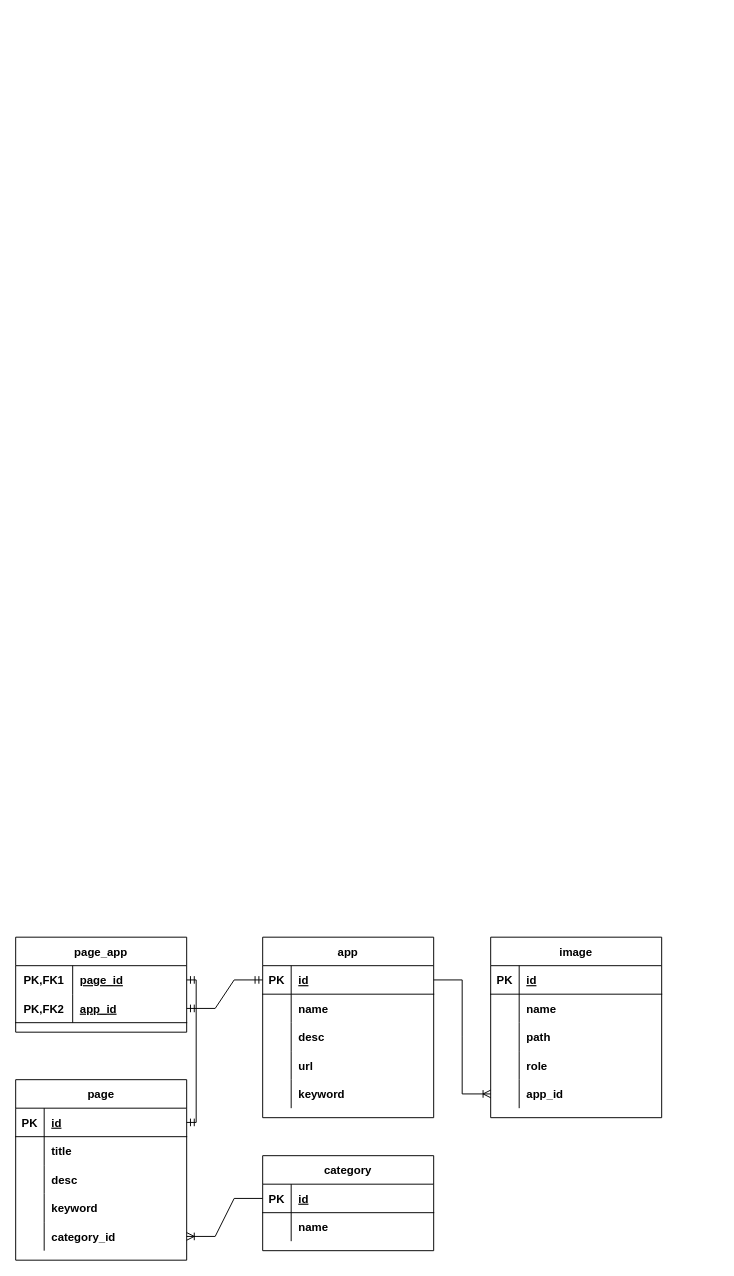
Earlier version of the draw.io diagram testweb2.drawio (andrew-atef/andrew-atef). Source tidied: cells renumbered, new cells numbered last; positions are measured from the earlier drawing's top-left corner, leaving out a move shared by most shapes. Both pictures are drawn from the tidied source at 95%, with x=0, y=0 at pixel (15, 937).
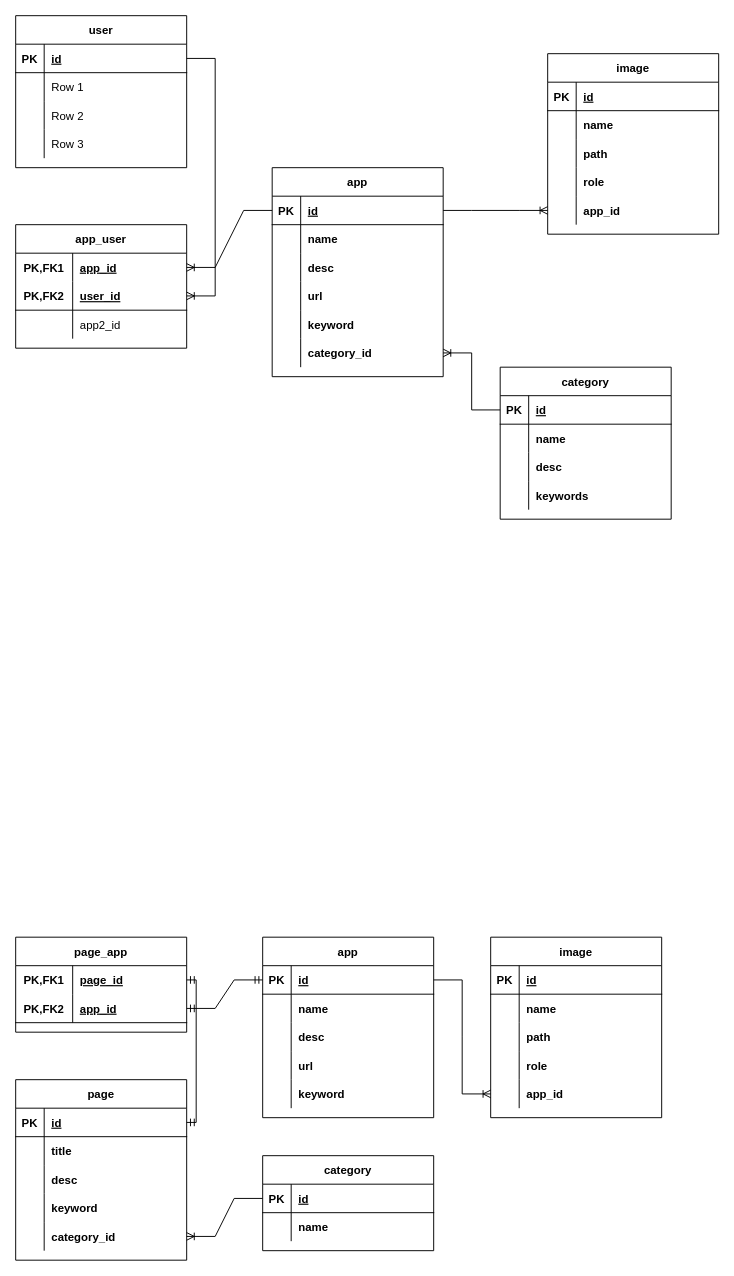
Above is the later version.

Change to the diagram source:
```diff
@@
+    <mxCell id="68" value="category" style="shape=table;startSize=30;childLayout=tableLayout;rowLines=0;fontStyle=1;align=center;" parent="1" vertex="1">
+      <mxGeometry x="510" y="-600" width="180" height="160" as="geometry" />
+    </mxCell>
+    <mxCell id="69" style="shape=tableRow;horizontal=0;startSize=0;swimlaneHead=0;swimlaneBody=0;fillColor=none;points=[[0,0.5],[1,0.5]];portConstraint=eastwest;top=0;left=0;right=0;bottom=1;" parent="68" vertex="1">
+      <mxGeometry y="30" width="180" height="30" as="geometry" />
+    </mxCell>
+    <mxCell id="70" value="PK" style="shape=partialRectangle;fillColor=none;top=0;left=0;bottom=0;right=0;fontStyle=1;overflow=hidden;" parent="69" vertex="1">
+      <mxGeometry width="30" height="30" as="geometry" />
+    </mxCell>
+    <mxCell id="71" value="id" style="shape=partialRectangle;fillColor=none;top=0;left=0;bottom=0;right=0;align=left;spacingLeft=6;fontStyle=5;overflow=hidden;" parent="69" vertex="1">
+      <mxGeometry x="30" width="150" height="30" as="geometry" />
+    </mxCell>
+    <mxCell id="72" style="shape=tableRow;horizontal=0;startSize=0;swimlaneHead=0;swimlaneBody=0;fillColor=none;top=0;left=0;right=0;bottom=0;" parent="68" vertex="1">
+      <mxGeometry y="60" width="180" height="30" as="geometry" />
+    </mxCell>
+    <mxCell id="73" style="shape=partialRectangle;fillColor=none;top=0;left=0;bottom=0;right=0;overflow=hidden;" parent="72" vertex="1">
+      <mxGeometry width="30" height="30" as="geometry" />
+    </mxCell>
+    <mxCell id="74" value="name" style="shape=partialRectangle;fillColor=none;top=0;left=0;bottom=0;right=0;align=left;spacingLeft=6;overflow=hidden;fontStyle=1;" parent="72" vertex="1">
+      <mxGeometry x="30" width="150" height="30" as="geometry" />
+    </mxCell>
+    <mxCell id="75" style="shape=tableRow;horizontal=0;startSize=0;swimlaneHead=0;swimlaneBody=0;fillColor=none;top=0;left=0;right=0;bottom=0;" parent="68" vertex="1">
+      <mxGeometry y="90" width="180" height="30" as="geometry" />
+    </mxCell>
+    <mxCell id="76" style="shape=partialRectangle;fillColor=none;top=0;left=0;bottom=0;right=0;overflow=hidden;" parent="75" vertex="1">
+      <mxGeometry width="30" height="30" as="geometry" />
+    </mxCell>
+    <mxCell id="77" value="desc" style="shape=partialRectangle;fillColor=none;top=0;left=0;bottom=0;right=0;align=left;spacingLeft=6;overflow=hidden;fontStyle=1;" parent="75" vertex="1">
+      <mxGeometry x="30" width="150" height="30" as="geometry" />
+    </mxCell>
+    <mxCell id="78" style="shape=tableRow;horizontal=0;startSize=0;swimlaneHead=0;swimlaneBody=0;fillColor=none;top=0;left=0;right=0;bottom=0;" parent="68" vertex="1">
+      <mxGeometry y="120" width="180" height="30" as="geometry" />
+    </mxCell>
+    <mxCell id="79" style="shape=partialRectangle;fillColor=none;top=0;left=0;bottom=0;right=0;overflow=hidden;" parent="78" vertex="1">
+      <mxGeometry width="30" height="30" as="geometry" />
+    </mxCell>
+    <mxCell id="80" value="keywords" style="shape=partialRectangle;fillColor=none;top=0;left=0;bottom=0;right=0;align=left;spacingLeft=6;overflow=hidden;fontStyle=1;" parent="78" vertex="1">
+      <mxGeometry x="30" width="150" height="30" as="geometry" />
+    </mxCell>
+    <mxCell id="81" value="app" style="shape=table;startSize=30;childLayout=tableLayout;rowLines=0;fontStyle=1;align=center;" parent="1" vertex="1">
+      <mxGeometry x="270" y="-810" width="180" height="220" as="geometry" />
+    </mxCell>
+    <mxCell id="82" style="shape=tableRow;horizontal=0;startSize=0;swimlaneHead=0;swimlaneBody=0;fillColor=none;points=[[0,0.5],[1,0.5]];portConstraint=eastwest;top=0;left=0;right=0;bottom=1;" parent="81" vertex="1">
+      <mxGeometry y="30" width="180" height="30" as="geometry" />
+    </mxCell>
+    <mxCell id="83" value="PK" style="shape=partialRectangle;fillColor=none;top=0;left=0;bottom=0;right=0;fontStyle=1;overflow=hidden;" parent="82" vertex="1">
+      <mxGeometry width="30" height="30" as="geometry" />
+    </mxCell>
+    <mxCell id="84" value="id" style="shape=partialRectangle;fillColor=none;top=0;left=0;bottom=0;right=0;align=left;spacingLeft=6;fontStyle=5;overflow=hidden;" parent="82" vertex="1">
+      <mxGeometry x="30" width="150" height="30" as="geometry" />
+    </mxCell>
+    <mxCell id="85" style="shape=tableRow;horizontal=0;startSize=0;swimlaneHead=0;swimlaneBody=0;fillColor=none;top=0;left=0;right=0;bottom=0;" parent="81" vertex="1">
+      <mxGeometry y="60" width="180" height="30" as="geometry" />
+    </mxCell>
+    <mxCell id="86" style="shape=partialRectangle;fillColor=none;top=0;left=0;bottom=0;right=0;overflow=hidden;" parent="85" vertex="1">
+      <mxGeometry width="30" height="30" as="geometry" />
+    </mxCell>
+    <mxCell id="87" value="name" style="shape=partialRectangle;fillColor=none;top=0;left=0;bottom=0;right=0;align=left;spacingLeft=6;overflow=hidden;fontStyle=1;" parent="85" vertex="1">
+      <mxGeometry x="30" width="150" height="30" as="geometry" />
+    </mxCell>
+    <mxCell id="88" style="shape=tableRow;horizontal=0;startSize=0;swimlaneHead=0;swimlaneBody=0;fillColor=none;top=0;left=0;right=0;bottom=0;" parent="81" vertex="1">
+      <mxGeometry y="90" width="180" height="30" as="geometry" />
+    </mxCell>
+    <mxCell id="89" style="shape=partialRectangle;fillColor=none;top=0;left=0;bottom=0;right=0;overflow=hidden;" parent="88" vertex="1">
+      <mxGeometry width="30" height="30" as="geometry" />
+    </mxCell>
+    <mxCell id="90" value="desc" style="shape=partialRectangle;fillColor=none;top=0;left=0;bottom=0;right=0;align=left;spacingLeft=6;overflow=hidden;fontStyle=1;" parent="88" vertex="1">
+      <mxGeometry x="30" width="150" height="30" as="geometry" />
+    </mxCell>
+    <mxCell id="91" style="shape=tableRow;horizontal=0;startSize=0;swimlaneHead=0;swimlaneBody=0;fillColor=none;top=0;left=0;right=0;bottom=0;" parent="81" vertex="1">
+      <mxGeometry y="120" width="180" height="30" as="geometry" />
+    </mxCell>
+    <mxCell id="92" style="shape=partialRectangle;fillColor=none;top=0;left=0;bottom=0;right=0;overflow=hidden;" parent="91" vertex="1">
+      <mxGeometry width="30" height="30" as="geometry" />
+    </mxCell>
+    <mxCell id="93" value="url" style="shape=partialRectangle;fillColor=none;top=0;left=0;bottom=0;right=0;align=left;spacingLeft=6;overflow=hidden;fontStyle=1;" parent="91" vertex="1">
+      <mxGeometry x="30" width="150" height="30" as="geometry" />
+    </mxCell>
+    <mxCell id="94" style="shape=tableRow;horizontal=0;startSize=0;swimlaneHead=0;swimlaneBody=0;fillColor=none;top=0;left=0;right=0;bottom=0;" parent="81" vertex="1">
+      <mxGeometry y="150" width="180" height="30" as="geometry" />
+    </mxCell>
+    <mxCell id="95" style="shape=partialRectangle;fillColor=none;top=0;left=0;bottom=0;right=0;overflow=hidden;" parent="94" vertex="1">
+      <mxGeometry width="30" height="30" as="geometry" />
+    </mxCell>
+    <mxCell id="96" value="keyword" style="shape=partialRectangle;fillColor=none;top=0;left=0;bottom=0;right=0;align=left;spacingLeft=6;overflow=hidden;fontStyle=1;" parent="94" vertex="1">
+      <mxGeometry x="30" width="150" height="30" as="geometry" />
+    </mxCell>
+    <mxCell id="97" style="shape=tableRow;horizontal=0;startSize=0;swimlaneHead=0;swimlaneBody=0;fillColor=none;points=[[0,0.5],[1,0.5]];portConstraint=eastwest;top=0;left=0;right=0;bottom=0;" parent="81" vertex="1">
+      <mxGeometry y="180" width="180" height="30" as="geometry" />
+    </mxCell>
+    <mxCell id="98" style="shape=partialRectangle;fillColor=none;top=0;left=0;bottom=0;right=0;overflow=hidden;" parent="97" vertex="1">
+      <mxGeometry width="30" height="30" as="geometry" />
+    </mxCell>
+    <mxCell id="99" value="category_id" style="shape=partialRectangle;fillColor=none;top=0;left=0;bottom=0;right=0;align=left;spacingLeft=6;overflow=hidden;fontStyle=1;" parent="97" vertex="1">
+      <mxGeometry x="30" width="150" height="30" as="geometry" />
+    </mxCell>
+    <mxCell id="100" value="image" style="shape=table;startSize=30;childLayout=tableLayout;rowLines=0;fontStyle=1;align=center;" parent="1" vertex="1">
+      <mxGeometry x="560" y="-930" width="180" height="190" as="geometry" />
+    </mxCell>
+    <mxCell id="101" style="shape=tableRow;horizontal=0;startSize=0;swimlaneHead=0;swimlaneBody=0;fillColor=none;top=0;left=0;right=0;bottom=1;" parent="100" vertex="1">
+      <mxGeometry y="30" width="180" height="30" as="geometry" />
+    </mxCell>
+    <mxCell id="102" value="PK" style="shape=partialRectangle;fillColor=none;top=0;left=0;bottom=0;right=0;fontStyle=1;overflow=hidden;" parent="101" vertex="1">
+      <mxGeometry width="30" height="30" as="geometry" />
+    </mxCell>
+    <mxCell id="103" value="id" style="shape=partialRectangle;fillColor=none;top=0;left=0;bottom=0;right=0;align=left;spacingLeft=6;fontStyle=5;overflow=hidden;" parent="101" vertex="1">
+      <mxGeometry x="30" width="150" height="30" as="geometry" />
+    </mxCell>
+    <mxCell id="104" style="shape=tableRow;horizontal=0;startSize=0;swimlaneHead=0;swimlaneBody=0;fillColor=none;top=0;left=0;right=0;bottom=0;" parent="100" vertex="1">
+      <mxGeometry y="60" width="180" height="30" as="geometry" />
+    </mxCell>
+    <mxCell id="105" style="shape=partialRectangle;fillColor=none;top=0;left=0;bottom=0;right=0;overflow=hidden;" parent="104" vertex="1">
+      <mxGeometry width="30" height="30" as="geometry" />
+    </mxCell>
+    <mxCell id="106" value="name" style="shape=partialRectangle;fillColor=none;top=0;left=0;bottom=0;right=0;align=left;spacingLeft=6;overflow=hidden;fontStyle=1;" parent="104" vertex="1">
+      <mxGeometry x="30" width="150" height="30" as="geometry" />
+    </mxCell>
+    <mxCell id="107" style="shape=tableRow;horizontal=0;startSize=0;swimlaneHead=0;swimlaneBody=0;fillColor=none;top=0;left=0;right=0;bottom=0;" parent="100" vertex="1">
+      <mxGeometry y="90" width="180" height="30" as="geometry" />
+    </mxCell>
+    <mxCell id="108" style="shape=partialRectangle;fillColor=none;top=0;left=0;bottom=0;right=0;overflow=hidden;" parent="107" vertex="1">
+      <mxGeometry width="30" height="30" as="geometry" />
+    </mxCell>
+    <mxCell id="109" value="path" style="shape=partialRectangle;fillColor=none;top=0;left=0;bottom=0;right=0;align=left;spacingLeft=6;overflow=hidden;fontStyle=1;" parent="107" vertex="1">
+      <mxGeometry x="30" width="150" height="30" as="geometry" />
+    </mxCell>
+    <mxCell id="110" style="shape=tableRow;horizontal=0;startSize=0;swimlaneHead=0;swimlaneBody=0;fillColor=none;top=0;left=0;right=0;bottom=0;" parent="100" vertex="1">
+      <mxGeometry y="120" width="180" height="30" as="geometry" />
+    </mxCell>
+    <mxCell id="111" style="shape=partialRectangle;fillColor=none;top=0;left=0;bottom=0;right=0;overflow=hidden;" parent="110" vertex="1">
+      <mxGeometry width="30" height="30" as="geometry" />
+    </mxCell>
+    <mxCell id="112" value="role" style="shape=partialRectangle;fillColor=none;top=0;left=0;bottom=0;right=0;align=left;spacingLeft=6;overflow=hidden;fontStyle=1;" parent="110" vertex="1">
+      <mxGeometry x="30" width="150" height="30" as="geometry" />
+    </mxCell>
+    <mxCell id="113" style="shape=tableRow;horizontal=0;startSize=0;swimlaneHead=0;swimlaneBody=0;fillColor=none;points=[[0,0.5],[1,0.5]];portConstraint=eastwest;top=0;left=0;right=0;bottom=0;" parent="100" vertex="1">
+      <mxGeometry y="150" width="180" height="30" as="geometry" />
+    </mxCell>
+    <mxCell id="114" style="shape=partialRectangle;fillColor=none;top=0;left=0;bottom=0;right=0;overflow=hidden;" parent="113" vertex="1">
+      <mxGeometry width="30" height="30" as="geometry" />
+    </mxCell>
+    <mxCell id="115" value="app_id" style="shape=partialRectangle;fillColor=none;top=0;left=0;bottom=0;right=0;align=left;spacingLeft=6;overflow=hidden;fontStyle=1;" parent="113" vertex="1">
+      <mxGeometry x="30" width="150" height="30" as="geometry" />
+    </mxCell>
+    <mxCell id="116" style="edgeStyle=entityRelationEdgeStyle;fontSize=12;html=1;endArrow=ERoneToMany;rounded=0;exitX=1;exitY=0.5;exitDx=0;exitDy=0;entryX=0;entryY=0.5;entryDx=0;entryDy=0;" parent="1" edge="1" source="82" target="113">
+      <mxGeometry relative="1" as="geometry" />
+    </mxCell>
+    <mxCell id="117" value="app_user" style="shape=table;startSize=30;childLayout=tableLayout;rowLines=0;fontStyle=1;align=center;" parent="1" vertex="1">
+      <mxGeometry y="-750" width="180" height="130" as="geometry" />
+    </mxCell>
+    <mxCell id="118" style="shape=tableRow;horizontal=0;startSize=0;swimlaneHead=0;swimlaneBody=0;fillColor=none;points=[[0,0.5],[1,0.5]];portConstraint=eastwest;top=0;left=0;right=0;bottom=0;" parent="117" vertex="1">
+      <mxGeometry y="30" width="180" height="30" as="geometry" />
+    </mxCell>
+    <mxCell id="119" value="PK,FK1" style="shape=partialRectangle;fillColor=none;top=0;left=0;bottom=0;right=0;fontStyle=1;overflow=hidden;" parent="118" vertex="1">
+      <mxGeometry width="60" height="30" as="geometry" />
+    </mxCell>
+    <mxCell id="120" value="app_id" style="shape=partialRectangle;fillColor=none;top=0;left=0;bottom=0;right=0;align=left;spacingLeft=6;fontStyle=5;overflow=hidden;" parent="118" vertex="1">
+      <mxGeometry x="60" width="120" height="30" as="geometry" />
+    </mxCell>
+    <mxCell id="121" style="shape=tableRow;horizontal=0;startSize=0;swimlaneHead=0;swimlaneBody=0;fillColor=none;points=[[0,0.5],[1,0.5]];portConstraint=eastwest;top=0;left=0;right=0;bottom=1;" parent="117" vertex="1">
+      <mxGeometry y="60" width="180" height="30" as="geometry" />
+    </mxCell>
+    <mxCell id="122" value="PK,FK2" style="shape=partialRectangle;fillColor=none;top=0;left=0;bottom=0;right=0;fontStyle=1;overflow=hidden;" parent="121" vertex="1">
+      <mxGeometry width="60" height="30" as="geometry" />
+    </mxCell>
+    <mxCell id="123" value="user_id" style="shape=partialRectangle;fillColor=none;top=0;left=0;bottom=0;right=0;align=left;spacingLeft=6;fontStyle=5;overflow=hidden;" parent="121" vertex="1">
+      <mxGeometry x="60" width="120" height="30" as="geometry" />
+    </mxCell>
+    <mxCell id="124" style="shape=tableRow;horizontal=0;startSize=0;swimlaneHead=0;swimlaneBody=0;fillColor=none;top=0;left=0;right=0;bottom=0;" parent="117" vertex="1">
+      <mxGeometry y="90" width="180" height="30" as="geometry" />
+    </mxCell>
+    <mxCell id="125" style="shape=partialRectangle;fillColor=none;top=0;left=0;bottom=0;right=0;overflow=hidden;" parent="124" vertex="1">
+      <mxGeometry width="60" height="30" as="geometry" />
+    </mxCell>
+    <mxCell id="126" value="app2_id" style="shape=partialRectangle;fillColor=none;top=0;left=0;bottom=0;right=0;align=left;spacingLeft=6;overflow=hidden;" parent="124" vertex="1">
+      <mxGeometry x="60" width="120" height="30" as="geometry" />
+    </mxCell>
+    <mxCell id="127" value="user" style="shape=table;startSize=30;childLayout=tableLayout;rowLines=0;fontStyle=1;align=center;" parent="1" vertex="1">
+      <mxGeometry y="-970" width="180" height="160" as="geometry" />
+    </mxCell>
+    <mxCell id="128" style="shape=tableRow;horizontal=0;startSize=0;swimlaneHead=0;swimlaneBody=0;fillColor=none;points=[[0,0.5],[1,0.5]];portConstraint=eastwest;top=0;left=0;right=0;bottom=1;" parent="127" vertex="1">
+      <mxGeometry y="30" width="180" height="30" as="geometry" />
+    </mxCell>
+    <mxCell id="129" value="PK" style="shape=partialRectangle;fillColor=none;top=0;left=0;bottom=0;right=0;fontStyle=1;overflow=hidden;" parent="128" vertex="1">
+      <mxGeometry width="30" height="30" as="geometry" />
+    </mxCell>
+    <mxCell id="130" value="id" style="shape=partialRectangle;fillColor=none;top=0;left=0;bottom=0;right=0;align=left;spacingLeft=6;fontStyle=5;overflow=hidden;" parent="128" vertex="1">
+      <mxGeometry x="30" width="150" height="30" as="geometry" />
+    </mxCell>
+    <mxCell id="131" style="shape=tableRow;horizontal=0;startSize=0;swimlaneHead=0;swimlaneBody=0;fillColor=none;top=0;left=0;right=0;bottom=0;" parent="127" vertex="1">
+      <mxGeometry y="60" width="180" height="30" as="geometry" />
+    </mxCell>
+    <mxCell id="132" style="shape=partialRectangle;fillColor=none;top=0;left=0;bottom=0;right=0;overflow=hidden;" parent="131" vertex="1">
+      <mxGeometry width="30" height="30" as="geometry" />
+    </mxCell>
+    <mxCell id="133" value="Row 1" style="shape=partialRectangle;fillColor=none;top=0;left=0;bottom=0;right=0;align=left;spacingLeft=6;overflow=hidden;" parent="131" vertex="1">
+      <mxGeometry x="30" width="150" height="30" as="geometry" />
+    </mxCell>
+    <mxCell id="134" style="shape=tableRow;horizontal=0;startSize=0;swimlaneHead=0;swimlaneBody=0;fillColor=none;top=0;left=0;right=0;bottom=0;" parent="127" vertex="1">
+      <mxGeometry y="90" width="180" height="30" as="geometry" />
+    </mxCell>
+    <mxCell id="135" style="shape=partialRectangle;fillColor=none;top=0;left=0;bottom=0;right=0;overflow=hidden;" parent="134" vertex="1">
+      <mxGeometry width="30" height="30" as="geometry" />
+    </mxCell>
+    <mxCell id="136" value="Row 2" style="shape=partialRectangle;fillColor=none;top=0;left=0;bottom=0;right=0;align=left;spacingLeft=6;overflow=hidden;" parent="134" vertex="1">
+      <mxGeometry x="30" width="150" height="30" as="geometry" />
+    </mxCell>
+    <mxCell id="137" style="shape=tableRow;horizontal=0;startSize=0;swimlaneHead=0;swimlaneBody=0;fillColor=none;top=0;left=0;right=0;bottom=0;" parent="127" vertex="1">
+      <mxGeometry y="120" width="180" height="30" as="geometry" />
+    </mxCell>
+    <mxCell id="138" style="shape=partialRectangle;fillColor=none;top=0;left=0;bottom=0;right=0;overflow=hidden;" parent="137" vertex="1">
+      <mxGeometry width="30" height="30" as="geometry" />
+    </mxCell>
+    <mxCell id="139" value="Row 3" style="shape=partialRectangle;fillColor=none;top=0;left=0;bottom=0;right=0;align=left;spacingLeft=6;overflow=hidden;" parent="137" vertex="1">
+      <mxGeometry x="30" width="150" height="30" as="geometry" />
+    </mxCell>
+    <mxCell id="140" style="edgeStyle=entityRelationEdgeStyle;fontSize=12;html=1;endArrow=ERoneToMany;rounded=0;exitX=0;exitY=0.5;exitDx=0;exitDy=0;entryX=1;entryY=0.5;entryDx=0;entryDy=0;" parent="1" edge="1" source="82" target="118">
+      <mxGeometry relative="1" as="geometry" />
+    </mxCell>
+    <mxCell id="141" style="edgeStyle=entityRelationEdgeStyle;fontSize=12;html=1;endArrow=ERoneToMany;rounded=0;exitX=1;exitY=0.5;exitDx=0;exitDy=0;entryX=1;entryY=0.5;entryDx=0;entryDy=0;" parent="1" edge="1" source="128" target="121">
+      <mxGeometry relative="1" as="geometry" />
+    </mxCell>
+    <mxCell id="142" style="edgeStyle=entityRelationEdgeStyle;fontSize=12;html=1;endArrow=ERoneToMany;rounded=0;exitX=0;exitY=0.5;exitDx=0;exitDy=0;entryX=1;entryY=0.5;entryDx=0;entryDy=0;" parent="1" edge="1" source="69" target="97">
+      <mxGeometry relative="1" as="geometry" />
+    </mxCell>
```
